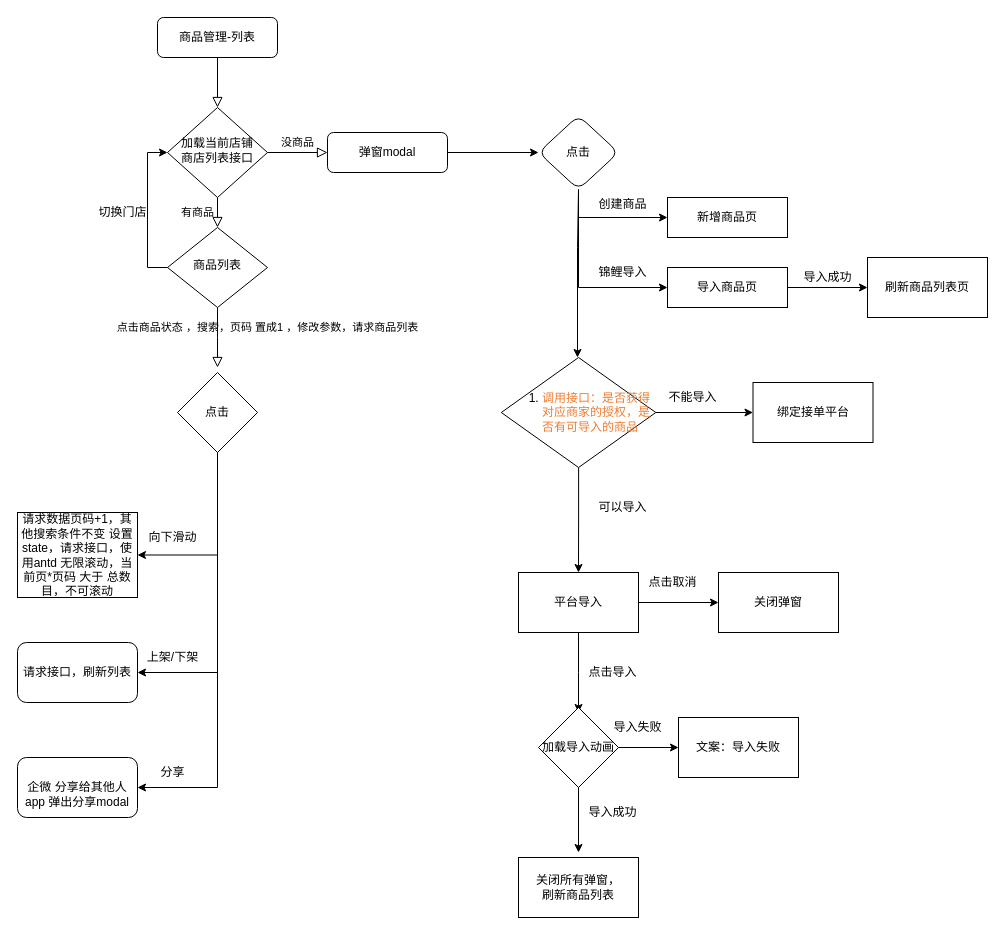
1sunzichen/1 keeps this draw.io diagram as page "Page-1" (1 of 2) of 商品管理.drawio. Above is the earlier version. Source tidied: cells renumbered, new cells numbered last; positions are measured from the earlier drawing's top-left corner, leaving out a move shared by most shapes. Both pictures are drawn from the tidied source at 100%, with x=0, y=0 at pixel (17, 17).
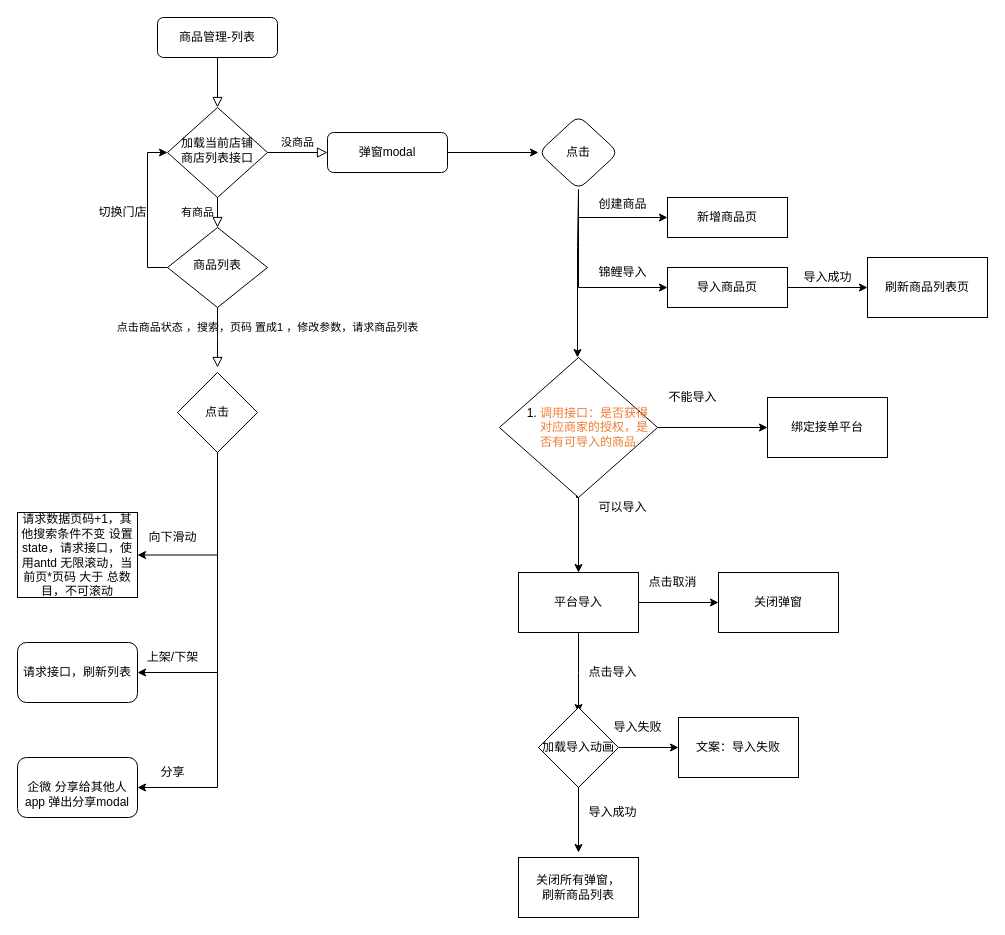
The same diagram, later.

Commit message:
更新商品管理.drawio

The edit, as a diff of the source:
```diff
@@
+    <mxCell id="54" style="edgeStyle=orthogonalEdgeStyle;rounded=0;jettySize=auto;html=1;exitX=0.5;exitY=1;exitDx=0;exitDy=0;" parent="1" edge="1" source="24">
+      <mxGeometry relative="1" as="geometry">
+        <mxPoint x="559" y="460" as="targetPoint" />
+      </mxGeometry>
+    </mxCell>
     <mxCell id="24" value="&lt;article data-clipboard-cangjie=&quot;[&amp;quot;root&amp;quot;,{&amp;quot;copyFrom&amp;quot;:1179813706},[&amp;quot;p&amp;quot;,{&amp;quot;uuid&amp;quot;:&amp;quot;l3b8t54tkflup6r41&amp;quot;,&amp;quot;list&amp;quot;:{&amp;quot;listId&amp;quot;:&amp;quot;go6oheh0hr9&amp;quot;,&amp;quot;level&amp;quot;:0,&amp;quot;isOrdered&amp;quot;:true,&amp;quot;isTaskList&amp;quot;:false,&amp;quot;isChecked&amp;quot;:false,&amp;quot;listStyleType&amp;quot;:&amp;quot;DEC_LEN_LROM_P&amp;quot;,&amp;quot;symbolStyle&amp;quot;:{&amp;quot;color&amp;quot;:&amp;quot;#DFAB01&amp;quot;,&amp;quot;shd&amp;quot;:null},&amp;quot;listStyle&amp;quot;:{&amp;quot;format&amp;quot;:&amp;quot;decimal&amp;quot;,&amp;quot;text&amp;quot;:&amp;quot;%1.&amp;quot;,&amp;quot;align&amp;quot;:&amp;quot;left&amp;quot;},&amp;quot;hideSymbol&amp;quot;:false,&amp;quot;extraData&amp;quot;:{}},&amp;quot;ind&amp;quot;:{&amp;quot;left&amp;quot;:0}},[&amp;quot;span&amp;quot;,{&amp;quot;data-type&amp;quot;:&amp;quot;text&amp;quot;},[&amp;quot;span&amp;quot;,{&amp;quot;color&amp;quot;:&amp;quot;#ED7D33&amp;quot;,&amp;quot;data-type&amp;quot;:&amp;quot;leaf&amp;quot;},&amp;quot;有获得对应商家的授权，是否有可导入的商品&amp;quot;]]]]&quot; class=&quot;4ever-article&quot;&gt;&lt;ol&gt;&lt;li&gt;&lt;div style=&quot;text-align: left;&quot;&gt;&lt;span style=&quot;color:#ED7D33&quot;&gt;调用接口：是否获得对应商家的授权，是否有可导入的商品&lt;/span&gt;&lt;/div&gt;&lt;/li&gt;&lt;/ol&gt;&lt;/article&gt;" style="rhombus;whiteSpace=wrap;html=1;" parent="1" vertex="1">
-      <mxGeometry x="483.8" y="340" width="154.5" height="110" as="geometry" />
+      <mxGeometry x="481.9" y="340" width="158.2" height="140" as="geometry" />
     </mxCell>
     <mxCell id="25" value="绑定接单平台" style="whiteSpace=wrap;html=1;" parent="1" vertex="1">
-      <mxGeometry x="735.5" y="365" width="120" height="60" as="geometry" />
+      <mxGeometry x="750" y="380" width="120" height="60" as="geometry" />
     </mxCell>
```
